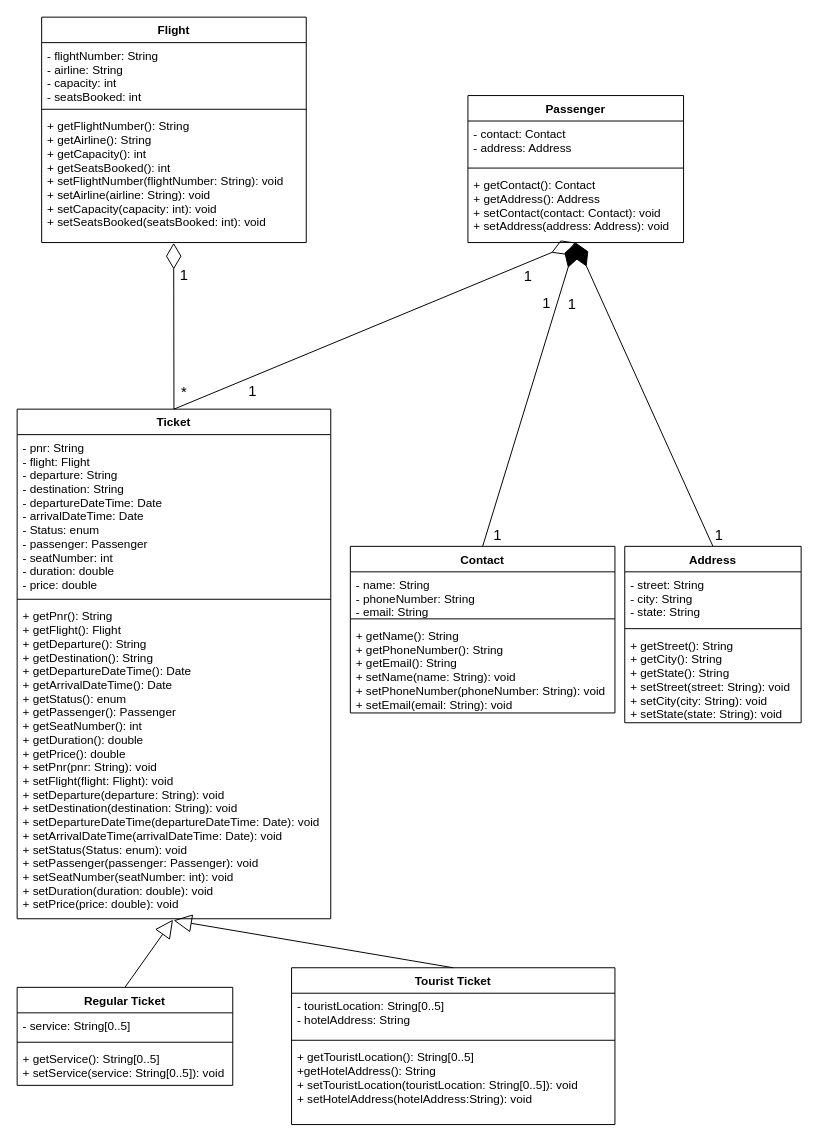
Before: Flight Reservation System.drawio in sumanthrt/Flight-Reservation-System, a draw.io diagram. Source tidied: cells renumbered, new cells numbered last; positions are measured from the earlier drawing's top-left corner, leaving out a move shared by most shapes. Both pictures are drawn from the tidied source at 98%, with x=0, y=0 at pixel (17, 17).
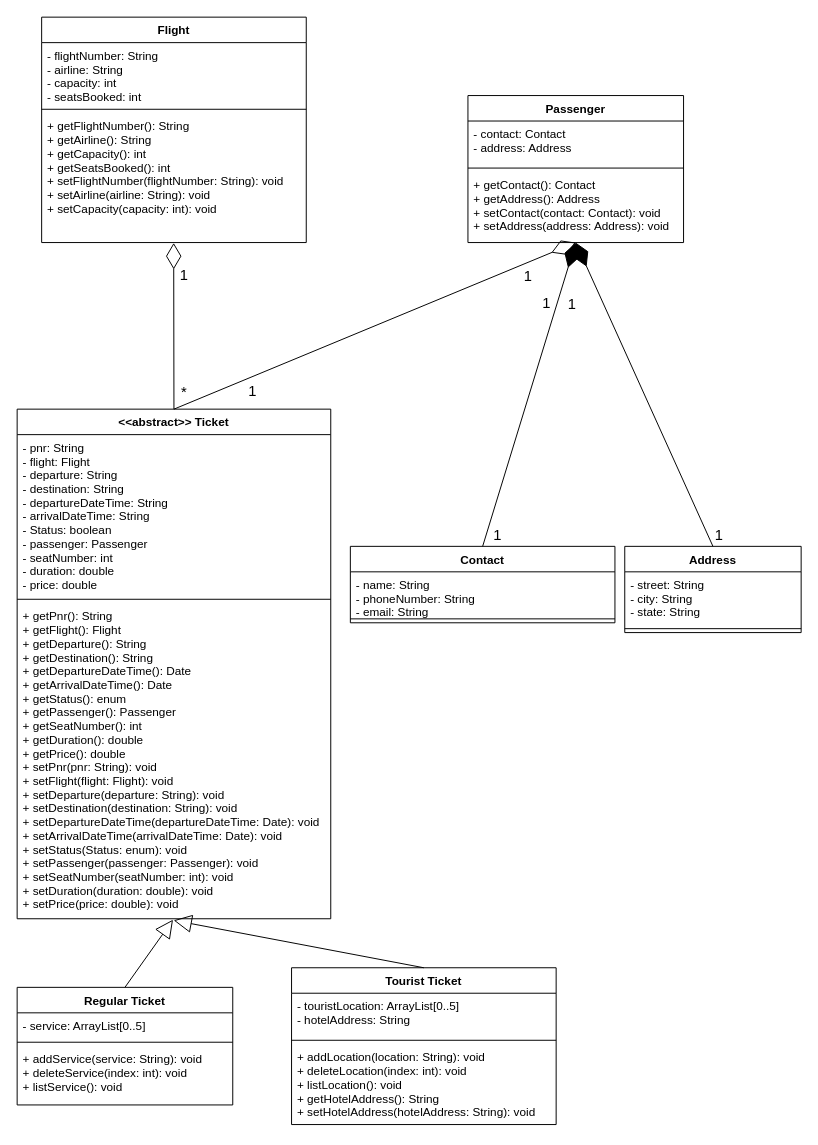
Above is the later version.

Commit message (it also covers changes not shown here):
Checkpoint 4 complete. abstract Ticket class created. Class diagram updated to match code.

Unchanged cells that the change refers to:
```xml
<mxCell id="2" value="Flight" style="swimlane;fontStyle=1;align=center;verticalAlign=top;horizontal=1;startSize=26;" parent="1" vertex="1">
  <mxGeometry x="25" width="270" height="230" as="geometry" />
</mxCell>
```

What changed in the source:
```diff
@@
-    <mxCell id="5" value="+ getFlightNumber(): String&#10;+ getAirline(): String&#10;+ getCapacity(): int&#10;+ getSeatsBooked(): int&#10;+ setFlightNumber(flightNumber: String): void&#10;+ setAirline(airline: String): void&#10;+ setCapacity(capacity: int): void&#10;+ setSeatsBooked(seatsBooked: int): void" style="text;strokeColor=none;fillColor=none;align=left;verticalAlign=top;spacingLeft=4;spacingRight=4;overflow=hidden;points=[[0,0.5],[1,0.5]];portConstraint=eastwest;" parent="2" vertex="1">
+    <mxCell id="5" value="+ getFlightNumber(): String&#10;+ getAirline(): String&#10;+ getCapacity(): int&#10;+ getSeatsBooked(): int&#10;+ setFlightNumber(flightNumber: String): void&#10;+ setAirline(airline: String): void&#10;+ setCapacity(capacity: int): void" style="text;strokeColor=none;fillColor=none;align=left;verticalAlign=top;spacingLeft=4;spacingRight=4;overflow=hidden;points=[[0,0.5],[1,0.5]];portConstraint=eastwest;" parent="2" vertex="1">
       <mxGeometry y="98" width="270" height="132" as="geometry" />
     </mxCell>
@@
-    <mxCell id="10" value="Ticket" style="swimlane;fontStyle=1;align=center;verticalAlign=top;horizontal=1;startSize=26;" parent="1" vertex="1">
+    <mxCell id="10" value="&lt;&lt;abstract&gt;&gt; Ticket" style="swimlane;fontStyle=1;align=center;verticalAlign=top;horizontal=1;startSize=26;" parent="1" vertex="1">
       <mxGeometry y="400" width="320" height="520" as="geometry" />
     </mxCell>
-    <mxCell id="11" value="- pnr: String&#10;- flight: Flight&#10;- departure: String&#10;- destination: String&#10;- departureDateTime: Date&#10;- arrivalDateTime: Date&#10;- Status: enum&#10;- passenger: Passenger&#10;- seatNumber: int&#10;- duration: double&#10;- price: double" style="text;strokeColor=none;fillColor=none;align=left;verticalAlign=top;spacingLeft=4;spacingRight=4;overflow=hidden;" parent="10" vertex="1">
+    <mxCell id="11" value="- pnr: String&#10;- flight: Flight&#10;- departure: String&#10;- destination: String&#10;- departureDateTime: String&#10;- arrivalDateTime: String&#10;- Status: boolean&#10;- passenger: Passenger&#10;- seatNumber: int&#10;- duration: double&#10;- price: double" style="text;strokeColor=none;fillColor=none;align=left;verticalAlign=top;spacingLeft=4;spacingRight=4;overflow=hidden;" parent="10" vertex="1">
       <mxGeometry y="26" width="320" height="164" as="geometry" />
     </mxCell>
@@
     <mxCell id="14" value="Contact" style="swimlane;fontStyle=1;align=center;verticalAlign=top;horizontal=1;startSize=26;" parent="1" vertex="1">
-      <mxGeometry x="340" y="540" width="270" height="170" as="geometry" />
+      <mxGeometry x="340" y="540" width="270" height="78" as="geometry" />
     </mxCell>
@@
-    <mxCell id="17" value="+ getName(): String&#10;+ getPhoneNumber(): String&#10;+ getEmail(): String&#10;+ setName(name: String): void&#10;+ setPhoneNumber(phoneNumber: String): void&#10;+ setEmail(email: String): void" style="text;strokeColor=none;fillColor=none;align=left;verticalAlign=top;spacingLeft=4;spacingRight=4;overflow=hidden;" parent="14" vertex="1">
-      <mxGeometry y="78" width="270" height="92" as="geometry" />
-    </mxCell>
     <mxCell id="18" value="Address" style="swimlane;fontStyle=1;align=center;verticalAlign=top;horizontal=1;startSize=26;" parent="1" vertex="1">
-      <mxGeometry x="620" y="540" width="180" height="180" as="geometry" />
+      <mxGeometry x="620" y="540" width="180" height="88" as="geometry" />
     </mxCell>
@@
-    <mxCell id="21" value="+ getStreet(): String&#10;+ getCity(): String&#10;+ getState(): String&#10;+ setStreet(street: String): void&#10;+ setCity(city: String): void&#10;+ setState(state: String): void" style="text;strokeColor=none;fillColor=none;align=left;verticalAlign=top;spacingLeft=4;spacingRight=4;overflow=hidden;" parent="18" vertex="1">
-      <mxGeometry y="88" width="180" height="92" as="geometry" />
-    </mxCell>
     <mxCell id="22" value="Regular Ticket" style="swimlane;fontStyle=1;align=center;verticalAlign=top;horizontal=1;startSize=26;" parent="1" vertex="1">
-      <mxGeometry y="990" width="220" height="100" as="geometry" />
+      <mxGeometry y="990" width="220" height="120" as="geometry" />
     </mxCell>
-    <mxCell id="23" value="- service: String[0..5]" style="text;strokeColor=none;fillColor=none;align=left;verticalAlign=top;spacingLeft=4;spacingRight=4;overflow=hidden;" parent="22" vertex="1">
+    <mxCell id="23" value="- service: ArrayList[0..5]" style="text;strokeColor=none;fillColor=none;align=left;verticalAlign=top;spacingLeft=4;spacingRight=4;overflow=hidden;" parent="22" vertex="1">
       <mxGeometry y="26" width="220" height="26" as="geometry" />
     </mxCell>
@@
-    <mxCell id="25" value="+ getService(): String[0..5]&#10;+ setService(service: String[0..5]): void" style="text;strokeColor=none;fillColor=none;align=left;verticalAlign=top;spacingLeft=4;spacingRight=4;overflow=hidden;" parent="22" vertex="1">
-      <mxGeometry y="60" width="220" height="40" as="geometry" />
+    <mxCell id="25" value="+ addService(service: String): void&#10;+ deleteService(index: int): void&#10;+ listService(): void" style="text;strokeColor=none;fillColor=none;align=left;verticalAlign=top;spacingLeft=4;spacingRight=4;overflow=hidden;" parent="22" vertex="1">
+      <mxGeometry y="60" width="220" height="60" as="geometry" />
     </mxCell>
     <mxCell id="26" value="Tourist Ticket" style="swimlane;fontStyle=1;align=center;verticalAlign=top;horizontal=1;startSize=26;" parent="1" vertex="1">
-      <mxGeometry x="280" y="970" width="330" height="160" as="geometry" />
+      <mxGeometry x="280" y="970" width="270" height="160" as="geometry" />
     </mxCell>
-    <mxCell id="27" value="- touristLocation: String[0..5]&#10;- hotelAddress: String" style="text;strokeColor=none;fillColor=none;align=left;verticalAlign=top;spacingLeft=4;spacingRight=4;overflow=hidden;" parent="26" vertex="1">
-      <mxGeometry y="26" width="330" height="44" as="geometry" />
+    <mxCell id="27" value="- touristLocation: ArrayList[0..5]&#10;- hotelAddress: String" style="text;strokeColor=none;fillColor=none;align=left;verticalAlign=top;spacingLeft=4;spacingRight=4;overflow=hidden;" parent="26" vertex="1">
+      <mxGeometry y="26" width="270" height="44" as="geometry" />
     </mxCell>
     <mxCell id="28" style="line;strokeWidth=1;fillColor=none;align=left;verticalAlign=middle;spacingTop=-1;spacingLeft=3;spacingRight=3;labelPosition=right;" parent="26" vertex="1">
-      <mxGeometry y="70" width="330" height="8" as="geometry" />
+      <mxGeometry y="70" width="270" height="8" as="geometry" />
     </mxCell>
-    <mxCell id="29" value="+ getTouristLocation(): String[0..5]&#10;+getHotelAddress(): String&#10;+ setTouristLocation(touristLocation: String[0..5]): void&#10;+ setHotelAddress(hotelAddress:String): void " style="text;strokeColor=none;fillColor=none;align=left;verticalAlign=top;spacingLeft=4;spacingRight=4;overflow=hidden;" parent="26" vertex="1">
-      <mxGeometry y="78" width="330" height="82" as="geometry" />
+    <mxCell id="29" value="+ addLocation(location: String): void&#10;+ deleteLocation(index: int): void&#10;+ listLocation(): void&#10;+ getHotelAddress(): String&#10;+ setHotelAddress(hotelAddress: String): void" style="text;strokeColor=none;fillColor=none;align=left;verticalAlign=top;spacingLeft=4;spacingRight=4;overflow=hidden;" parent="26" vertex="1">
+      <mxGeometry y="78" width="270" height="82" as="geometry" />
     </mxCell>
```
